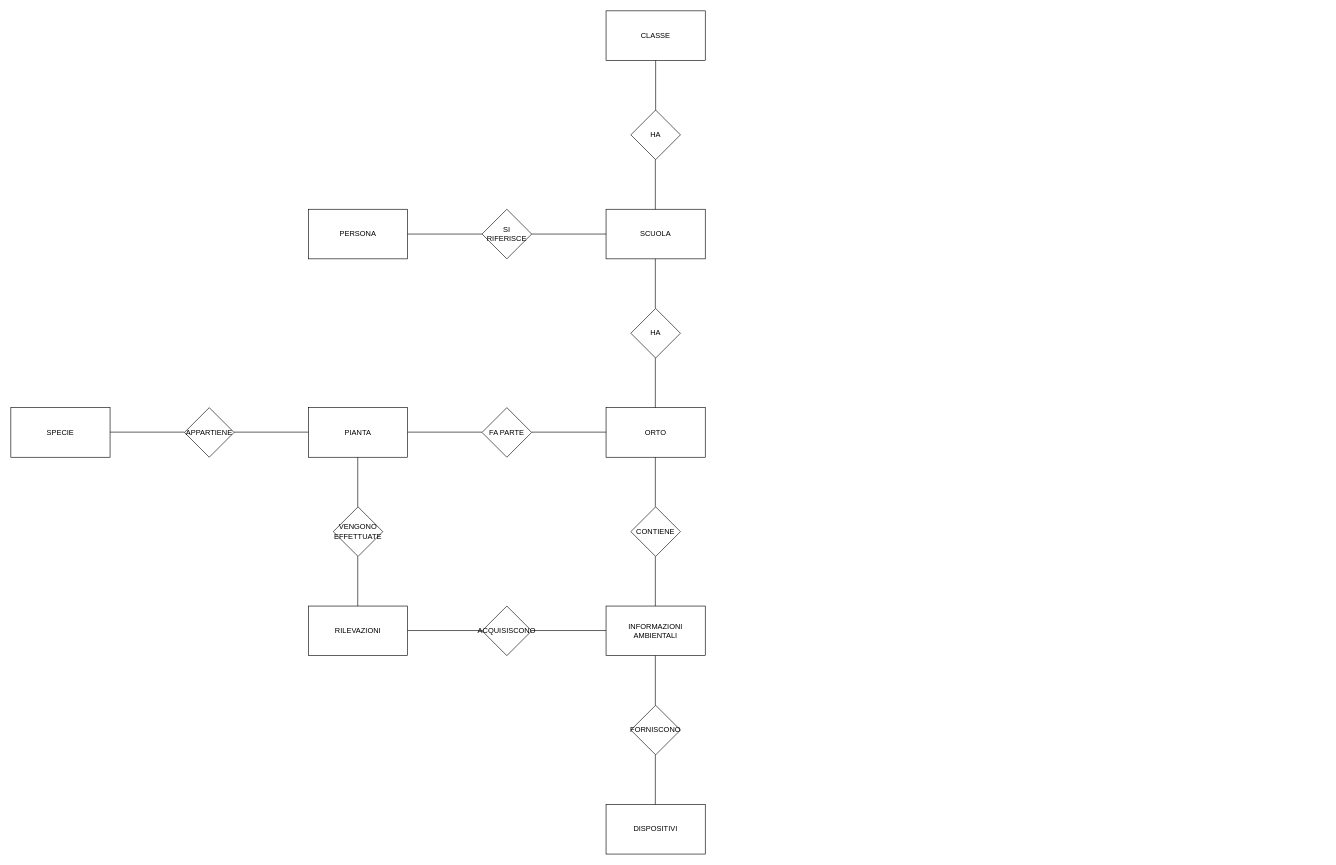
This is BD_ER_2023.drawio from pizzo-kyle/unige, a draw.io file, before an edit. Source tidied: cells renumbered, new cells numbered last; positions are measured from the earlier drawing's top-left corner, leaving out a move shared by most shapes. Both pictures are drawn from the tidied source at 62%, with x=0, y=0 at pixel (11, 11).
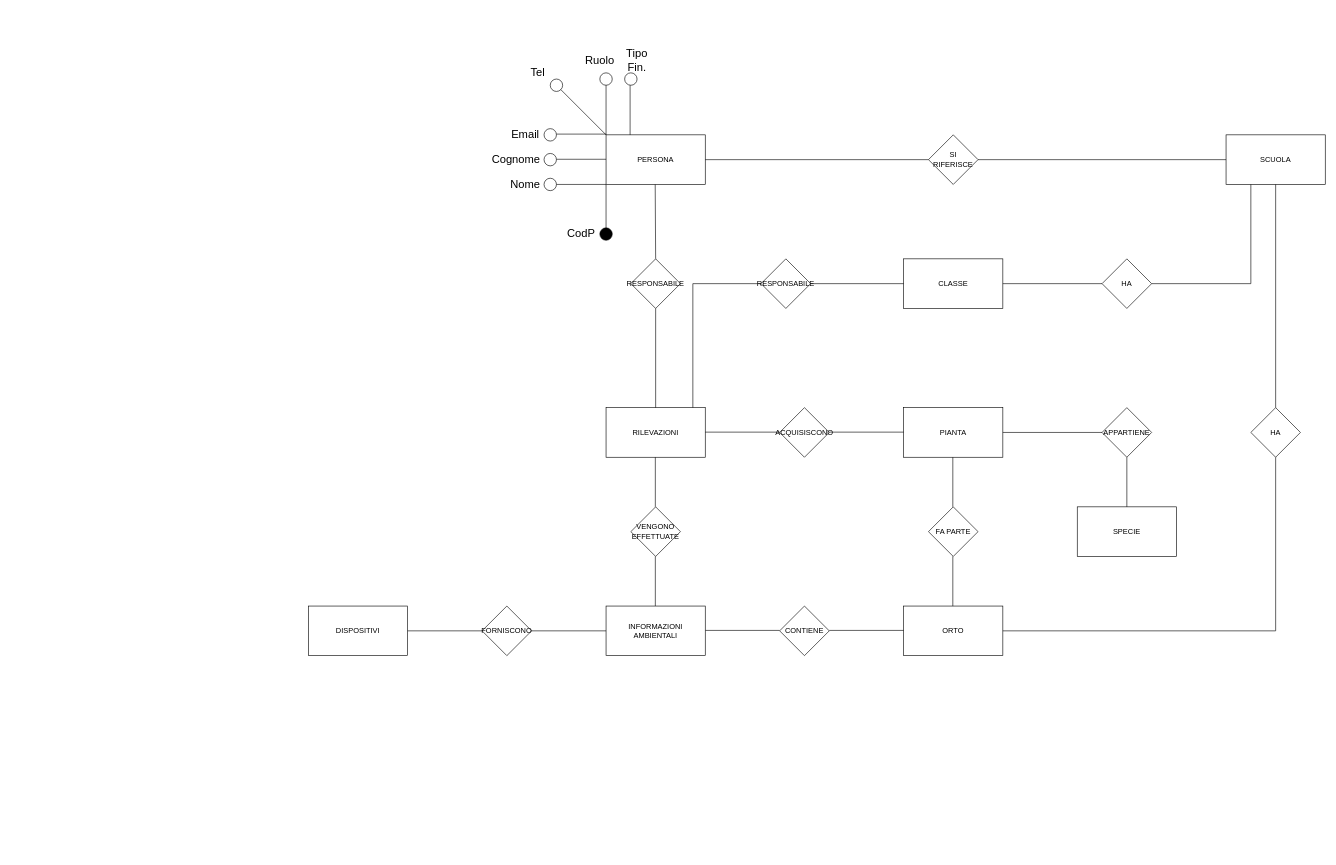
After the change.

The change refers to these unchanged cells:
```xml
<mxCell id="27" value="INFORMAZIONI AMBIENTALI" style="rounded=0;whiteSpace=wrap;html=1;" parent="1" vertex="1">
  <mxGeometry x="960" y="960" width="160" height="80" as="geometry" />
</mxCell>
```

Diff of the diagram source:
```diff
@@
     <mxCell id="2" value="SCUOLA" style="rounded=0;whiteSpace=wrap;html=1;" parent="1" vertex="1">
-      <mxGeometry x="960" y="320" width="160" height="80" as="geometry" />
+      <mxGeometry x="1960" y="200" width="160" height="80" as="geometry" />
     </mxCell>
     <mxCell id="3" value="PERSONA" style="rounded=0;whiteSpace=wrap;html=1;" parent="1" vertex="1">
-      <mxGeometry x="480" y="320" width="160" height="80" as="geometry" />
+      <mxGeometry x="960" y="200" width="160" height="80" as="geometry" />
     </mxCell>
     <mxCell id="4" value="SI RIFERISCE" style="rhombus;whiteSpace=wrap;html=1;" parent="1" vertex="1">
-      <mxGeometry x="760" y="320" width="80" height="80" as="geometry" />
+      <mxGeometry x="1480" y="200" width="80" height="80" as="geometry" />
     </mxCell>
     <mxCell id="5" value="CLASSE" style="rounded=0;whiteSpace=wrap;html=1;" parent="1" vertex="1">
-      <mxGeometry x="960" width="160" height="80" as="geometry" />
+      <mxGeometry x="1440" y="400" width="160" height="80" as="geometry" />
     </mxCell>
     <mxCell id="6" value="HA" style="rhombus;whiteSpace=wrap;html=1;" parent="1" vertex="1">
-      <mxGeometry x="1000" y="160" width="80" height="80" as="geometry" />
+      <mxGeometry x="1760" y="400" width="80" height="80" as="geometry" />
     </mxCell>
-    <mxCell id="7" style="endArrow=none;html=1;rounded=0;exitX=0.5;exitY=0;exitDx=0;exitDy=0;entryX=0.5;entryY=1;entryDx=0;entryDy=0;" parent="1" edge="1" source="6" target="5">
+    <mxCell id="7" style="endArrow=none;html=1;rounded=0;exitX=0;exitY=0.5;exitDx=0;exitDy=0;entryX=1;entryY=0.5;entryDx=0;entryDy=0;" parent="1" edge="1" source="6" target="5">
       <mxGeometry relative="1" as="geometry" />
     </mxCell>
     <mxCell id="8" value="ORTO" style="rounded=0;whiteSpace=wrap;html=1;" parent="1" vertex="1">
-      <mxGeometry x="960" y="640" width="160" height="80" as="geometry" />
+      <mxGeometry x="1440" y="960" width="160" height="80" as="geometry" />
     </mxCell>
-    <mxCell id="9" style="endArrow=none;html=1;rounded=0;exitX=0.5;exitY=0;exitDx=0;exitDy=0;entryX=0.5;entryY=1;entryDx=0;entryDy=0;" parent="1" edge="1">
+    <mxCell id="9" style="endArrow=none;html=1;rounded=0;exitX=1;exitY=0.5;exitDx=0;exitDy=0;entryX=0.25;entryY=1;entryDx=0;entryDy=0;" parent="1" edge="1" source="6" target="2">
       <mxGeometry relative="1" as="geometry">
-        <mxPoint x="1039.5" y="320" as="sourcePoint" />
-        <mxPoint x="1039.5" y="240" as="targetPoint" />
+        <Array as="points">
+          <mxPoint x="2000" y="440" />
+        </Array>
       </mxGeometry>
     </mxCell>
-    <mxCell id="10" style="endArrow=none;html=1;rounded=0;exitX=0;exitY=0.5;exitDx=0;exitDy=0;entryX=0.5;entryY=1;entryDx=0;entryDy=0;" parent="1" edge="1" source="2">
-      <mxGeometry relative="1" as="geometry">
-        <mxPoint x="840" y="360" as="targetPoint" />
-      </mxGeometry>
+    <mxCell id="10" style="endArrow=none;html=1;rounded=0;exitX=0;exitY=0.5;exitDx=0;exitDy=0;entryX=1;entryY=0.5;entryDx=0;entryDy=0;" parent="1" edge="1" source="2" target="4">
+      <mxGeometry relative="1" as="geometry" />
     </mxCell>
@@
     <mxCell id="12" value="HA" style="rhombus;whiteSpace=wrap;html=1;" parent="1" vertex="1">
-      <mxGeometry x="1000" y="480" width="80" height="80" as="geometry" />
+      <mxGeometry x="2000" y="640" width="80" height="80" as="geometry" />
     </mxCell>
-    <mxCell id="13" style="endArrow=none;html=1;rounded=0;exitX=0.5;exitY=0;exitDx=0;exitDy=0;entryX=0.5;entryY=1;entryDx=0;entryDy=0;" parent="1" edge="1">
-      <mxGeometry relative="1" as="geometry">
-        <mxPoint x="1039.5" y="480" as="sourcePoint" />
-        <mxPoint x="1039.5" y="400" as="targetPoint" />
-      </mxGeometry>
-    </mxCell>
-    <mxCell id="14" style="endArrow=none;html=1;rounded=0;exitX=0.5;exitY=0;exitDx=0;exitDy=0;entryX=0.5;entryY=1;entryDx=0;entryDy=0;" parent="1" edge="1">
+    <mxCell id="14" style="endArrow=none;html=1;rounded=0;entryX=0.5;entryY=1;entryDx=0;entryDy=0;exitX=1;exitY=0.5;exitDx=0;exitDy=0;" parent="1" edge="1" source="8" target="12">
       <mxGeometry relative="1" as="geometry">
-        <mxPoint x="1039.5" y="640" as="sourcePoint" />
-        <mxPoint x="1039.5" y="560" as="targetPoint" />
+        <Array as="points">
+          <mxPoint x="2040" y="1000" />
+        </Array>
       </mxGeometry>
     </mxCell>
     <mxCell id="15" value="PIANTA" style="rounded=0;whiteSpace=wrap;html=1;" parent="1" vertex="1">
-      <mxGeometry x="480" y="640" width="160" height="80" as="geometry" />
+      <mxGeometry x="1440" y="640" width="160" height="80" as="geometry" />
     </mxCell>
     <mxCell id="16" value="FA PARTE" style="rhombus;whiteSpace=wrap;html=1;" parent="1" vertex="1">
-      <mxGeometry x="760" y="640" width="80" height="80" as="geometry" />
+      <mxGeometry x="1480" y="800" width="80" height="80" as="geometry" />
     </mxCell>
     <mxCell id="17" style="endArrow=none;html=1;rounded=0;exitX=0;exitY=0.5;exitDx=0;exitDy=0;entryX=1;entryY=0.5;entryDx=0;entryDy=0;" parent="1" edge="1">
       <mxGeometry relative="1" as="geometry">
-        <mxPoint x="760" y="679.5" as="sourcePoint" />
-        <mxPoint x="640" y="679.5" as="targetPoint" />
+        <mxPoint x="1240" y="999.3" as="sourcePoint" />
+        <mxPoint x="1120" y="999.3" as="targetPoint" />
       </mxGeometry>
     </mxCell>
     <mxCell id="18" style="endArrow=none;html=1;rounded=0;exitX=0;exitY=0.5;exitDx=0;exitDy=0;entryX=1;entryY=0.5;entryDx=0;entryDy=0;" parent="1" edge="1">
       <mxGeometry relative="1" as="geometry">
-        <mxPoint x="960" y="679.5" as="sourcePoint" />
-        <mxPoint x="840" y="679.5" as="targetPoint" />
+        <mxPoint x="1440" y="999.3" as="sourcePoint" />
+        <mxPoint x="1320" y="999.3" as="targetPoint" />
       </mxGeometry>
     </mxCell>
     <mxCell id="19" value="SPECIE" style="rounded=0;whiteSpace=wrap;html=1;" parent="1" vertex="1">
-      <mxGeometry y="640" width="160" height="80" as="geometry" />
+      <mxGeometry x="1720" y="800" width="160" height="80" as="geometry" />
     </mxCell>
     <mxCell id="20" value="APPARTIENE" style="rhombus;whiteSpace=wrap;html=1;" parent="1" vertex="1">
-      <mxGeometry x="280" y="640" width="80" height="80" as="geometry" />
+      <mxGeometry x="1760" y="640" width="80" height="80" as="geometry" />
     </mxCell>
-    <mxCell id="21" style="endArrow=none;html=1;rounded=0;exitX=0;exitY=0.5;exitDx=0;exitDy=0;entryX=1;entryY=0.5;entryDx=0;entryDy=0;" parent="1" edge="1">
-      <mxGeometry relative="1" as="geometry">
-        <mxPoint x="480" y="679.5" as="sourcePoint" />
-        <mxPoint x="360" y="679.5" as="targetPoint" />
-      </mxGeometry>
+    <mxCell id="21" style="endArrow=none;html=1;rounded=0;entryX=0;entryY=0.5;entryDx=0;entryDy=0;exitX=1;exitY=0.5;exitDx=0;exitDy=0;" parent="1" edge="1" source="15" target="20">
+      <mxGeometry relative="1" as="geometry" />
     </mxCell>
-    <mxCell id="22" style="endArrow=none;html=1;rounded=0;exitX=0;exitY=0.5;exitDx=0;exitDy=0;entryX=1;entryY=0.5;entryDx=0;entryDy=0;" parent="1" edge="1">
-      <mxGeometry relative="1" as="geometry">
-        <mxPoint x="280" y="679.5" as="sourcePoint" />
-        <mxPoint x="160" y="679.5" as="targetPoint" />
-      </mxGeometry>
+    <mxCell id="22" style="endArrow=none;html=1;rounded=0;exitX=0.5;exitY=1;exitDx=0;exitDy=0;entryX=0.5;entryY=0;entryDx=0;entryDy=0;" parent="1" edge="1" source="20" target="19">
+      <mxGeometry relative="1" as="geometry" />
     </mxCell>
     <mxCell id="23" value="RILEVAZIONI" style="rounded=0;whiteSpace=wrap;html=1;" parent="1" vertex="1">
-      <mxGeometry x="480" y="960" width="160" height="80" as="geometry" />
+      <mxGeometry x="960" y="640" width="160" height="80" as="geometry" />
     </mxCell>
     <mxCell id="24" value="VENGONO EFFETTUATE" style="rhombus;whiteSpace=wrap;html=1;" parent="1" vertex="1">
-      <mxGeometry x="520" y="800" width="80" height="80" as="geometry" />
+      <mxGeometry x="1000" y="800" width="80" height="80" as="geometry" />
     </mxCell>
     <mxCell id="25" style="endArrow=none;html=1;rounded=0;exitX=0.5;exitY=0;exitDx=0;exitDy=0;entryX=0.5;entryY=1;entryDx=0;entryDy=0;" parent="1" edge="1">
       <mxGeometry relative="1" as="geometry">
-        <mxPoint x="559.5" y="800" as="sourcePoint" />
-        <mxPoint x="559.5" y="720" as="targetPoint" />
+        <mxPoint x="1039.5" y="800" as="sourcePoint" />
+        <mxPoint x="1039.5" y="720" as="targetPoint" />
       </mxGeometry>
     </mxCell>
     <mxCell id="26" style="endArrow=none;html=1;rounded=0;exitX=0.5;exitY=0;exitDx=0;exitDy=0;entryX=0.5;entryY=1;entryDx=0;entryDy=0;" parent="1" edge="1">
       <mxGeometry relative="1" as="geometry">
-        <mxPoint x="559.5" y="960" as="sourcePoint" />
-        <mxPoint x="559.5" y="880" as="targetPoint" />
+        <mxPoint x="1039.5" y="960" as="sourcePoint" />
+        <mxPoint x="1039.5" y="880" as="targetPoint" />
       </mxGeometry>
     </mxCell>
@@
     <mxCell id="28" value="ACQUISISCONO" style="rhombus;whiteSpace=wrap;html=1;" parent="1" vertex="1">
-      <mxGeometry x="760" y="960" width="80" height="80" as="geometry" />
+      <mxGeometry x="1240" y="640" width="80" height="80" as="geometry" />
     </mxCell>
     <mxCell id="29" style="endArrow=none;html=1;rounded=0;exitX=0;exitY=0.5;exitDx=0;exitDy=0;entryX=1;entryY=0.5;entryDx=0;entryDy=0;" parent="1" edge="1">
       <mxGeometry relative="1" as="geometry">
-        <mxPoint x="960" y="999.5" as="sourcePoint" />
-        <mxPoint x="840" y="999.5" as="targetPoint" />
+        <mxPoint x="1440" y="679.5" as="sourcePoint" />
+        <mxPoint x="1320" y="679.5" as="targetPoint" />
       </mxGeometry>
     </mxCell>
     <mxCell id="30" style="endArrow=none;html=1;rounded=0;exitX=0;exitY=0.5;exitDx=0;exitDy=0;entryX=1;entryY=0.5;entryDx=0;entryDy=0;" parent="1" edge="1">
       <mxGeometry relative="1" as="geometry">
-        <mxPoint x="760" y="999.5" as="sourcePoint" />
-        <mxPoint x="640" y="999.5" as="targetPoint" />
+        <mxPoint x="1240" y="679.5" as="sourcePoint" />
+        <mxPoint x="1120" y="679.5" as="targetPoint" />
       </mxGeometry>
     </mxCell>
     <mxCell id="31" value="DISPOSITIVI" style="rounded=0;whiteSpace=wrap;html=1;" parent="1" vertex="1">
-      <mxGeometry x="960" y="1280" width="160" height="80" as="geometry" />
+      <mxGeometry x="480" y="960" width="160" height="80" as="geometry" />
     </mxCell>
     <mxCell id="32" value="FORNISCONO" style="rhombus;whiteSpace=wrap;html=1;" parent="1" vertex="1">
-      <mxGeometry x="1000" y="1120" width="80" height="80" as="geometry" />
+      <mxGeometry x="760" y="960" width="80" height="80" as="geometry" />
     </mxCell>
-    <mxCell id="33" style="endArrow=none;html=1;rounded=0;exitX=0.5;exitY=0;exitDx=0;exitDy=0;entryX=0.5;entryY=1;entryDx=0;entryDy=0;" parent="1" edge="1">
-      <mxGeometry relative="1" as="geometry">
-        <mxPoint x="1039.5" y="1120" as="sourcePoint" />
-        <mxPoint x="1039.5" y="1040" as="targetPoint" />
-      </mxGeometry>
+    <mxCell id="33" style="endArrow=none;html=1;rounded=0;exitX=1;exitY=0.5;exitDx=0;exitDy=0;entryX=0;entryY=0.5;entryDx=0;entryDy=0;" parent="1" edge="1" source="32" target="27">
+      <mxGeometry relative="1" as="geometry" />
     </mxCell>
-    <mxCell id="34" style="endArrow=none;html=1;rounded=0;exitX=0.5;exitY=0;exitDx=0;exitDy=0;entryX=0.5;entryY=1;entryDx=0;entryDy=0;" parent="1" edge="1">
-      <mxGeometry relative="1" as="geometry">
-        <mxPoint x="1039.5" y="1280" as="sourcePoint" />
-        <mxPoint x="1039.5" y="1200" as="targetPoint" />
-      </mxGeometry>
+    <mxCell id="34" style="endArrow=none;html=1;rounded=0;exitX=1;exitY=0.5;exitDx=0;exitDy=0;entryX=0;entryY=0.5;entryDx=0;entryDy=0;" parent="1" edge="1" source="31" target="32">
+      <mxGeometry relative="1" as="geometry" />
     </mxCell>
     <mxCell id="35" value="CONTIENE" style="rhombus;whiteSpace=wrap;html=1;" parent="1" vertex="1">
-      <mxGeometry x="1000" y="800" width="80" height="80" as="geometry" />
+      <mxGeometry x="1240" y="960" width="80" height="80" as="geometry" />
     </mxCell>
     <mxCell id="36" style="endArrow=none;html=1;rounded=0;exitX=0.5;exitY=0;exitDx=0;exitDy=0;entryX=0.5;entryY=1;entryDx=0;entryDy=0;" parent="1" edge="1">
       <mxGeometry relative="1" as="geometry">
-        <mxPoint x="1039.5" y="800" as="sourcePoint" />
-        <mxPoint x="1039.5" y="720" as="targetPoint" />
+        <mxPoint x="1519.3" y="800" as="sourcePoint" />
+        <mxPoint x="1519.3" y="720" as="targetPoint" />
       </mxGeometry>
     </mxCell>
     <mxCell id="37" style="endArrow=none;html=1;rounded=0;exitX=0.5;exitY=0;exitDx=0;exitDy=0;entryX=0.5;entryY=1;entryDx=0;entryDy=0;" parent="1" edge="1">
       <mxGeometry relative="1" as="geometry">
-        <mxPoint x="1039.5" y="960" as="sourcePoint" />
-        <mxPoint x="1039.5" y="880" as="targetPoint" />
+        <mxPoint x="1519.3" y="960" as="sourcePoint" />
+        <mxPoint x="1519.3" y="880" as="targetPoint" />
       </mxGeometry>
     </mxCell>
+    <mxCell id="38" style="endArrow=none;html=1;rounded=0;entryX=0.5;entryY=1;entryDx=0;entryDy=0;exitX=0.5;exitY=0;exitDx=0;exitDy=0;" parent="1" edge="1" source="12" target="2">
+      <mxGeometry relative="1" as="geometry" />
+    </mxCell>
+    <mxCell id="39" style="endArrow=none;html=1;rounded=0;exitX=0;exitY=0.5;exitDx=0;exitDy=0;entryX=1;entryY=0.5;entryDx=0;entryDy=0;" parent="1" edge="1" source="5" target="41">
+      <mxGeometry relative="1" as="geometry" />
+    </mxCell>
+    <mxCell id="40" style="endArrow=none;html=1;rounded=0;exitX=0.5;exitY=0;exitDx=0;exitDy=0;entryX=0.5;entryY=1;entryDx=0;entryDy=0;" parent="1" edge="1" source="42">
+      <mxGeometry relative="1" as="geometry">
+        <mxPoint x="1039.3" y="280" as="targetPoint" />
+      </mxGeometry>
+    </mxCell>
+    <mxCell id="41" value="RESPONSABILE" style="rhombus;whiteSpace=wrap;html=1;" parent="1" vertex="1">
+      <mxGeometry x="1210" y="400" width="80" height="80" as="geometry" />
+    </mxCell>
+    <mxCell id="42" value="RESPONSABILE" style="rhombus;whiteSpace=wrap;html=1;" parent="1" vertex="1">
+      <mxGeometry x="1000" y="400" width="80" height="80" as="geometry" />
+    </mxCell>
+    <mxCell id="43" style="endArrow=none;html=1;rounded=0;exitX=0.5;exitY=0;exitDx=0;exitDy=0;entryX=0.5;entryY=1;entryDx=0;entryDy=0;" parent="1" edge="1" source="23" target="42">
+      <mxGeometry relative="1" as="geometry" />
+    </mxCell>
+    <mxCell id="44" style="endArrow=none;html=1;rounded=0;entryX=0;entryY=0.5;entryDx=0;entryDy=0;" parent="1" edge="1" target="41">
+      <mxGeometry relative="1" as="geometry">
+        <mxPoint x="1100" y="640" as="sourcePoint" />
+        <Array as="points">
+          <mxPoint x="1100" y="440" />
+        </Array>
+      </mxGeometry>
+    </mxCell>
+    <mxCell id="45" style="ellipse;whiteSpace=wrap;html=1;fillColor=#000000;direction=south;" parent="1" vertex="1">
+      <mxGeometry x="950" y="350" width="20" height="20" as="geometry" />
+    </mxCell>
+    <mxCell id="46" value="&lt;font style=&quot;font-size: 18px;&quot;&gt;CodP&lt;/font&gt;" style="text;html=1;strokeColor=none;fillColor=none;align=center;verticalAlign=middle;whiteSpace=wrap;rounded=0;" parent="1" vertex="1">
+      <mxGeometry x="890" y="340" width="60" height="40" as="geometry" />
+    </mxCell>
+    <mxCell id="47" style="endArrow=none;html=1;rounded=0;entryX=0;entryY=1;entryDx=0;entryDy=0;exitX=0;exitY=0.5;exitDx=0;exitDy=0;" parent="1" edge="1" source="45" target="3">
+      <mxGeometry relative="1" as="geometry" />
+    </mxCell>
+    <mxCell id="48" style="ellipse;whiteSpace=wrap;html=1;fillColor=#FFFFFF;direction=south;gradientColor=none;" parent="1" vertex="1">
+      <mxGeometry x="860" y="270" width="20" height="20" as="geometry" />
+    </mxCell>
+    <mxCell id="49" style="endArrow=none;html=1;rounded=0;exitX=0.5;exitY=0;exitDx=0;exitDy=0;" parent="1" edge="1" source="48">
+      <mxGeometry relative="1" as="geometry">
+        <mxPoint x="960" y="280" as="targetPoint" />
+      </mxGeometry>
+    </mxCell>
+    <mxCell id="50" value="&lt;span style=&quot;font-size: 18px;&quot;&gt;Nome&lt;/span&gt;" style="text;html=1;strokeColor=none;fillColor=none;align=center;verticalAlign=middle;whiteSpace=wrap;rounded=0;" parent="1" vertex="1">
+      <mxGeometry x="800" y="260" width="60" height="40" as="geometry" />
+    </mxCell>
+    <mxCell id="51" style="ellipse;whiteSpace=wrap;html=1;fillColor=#FFFFFF;direction=south;gradientColor=none;" parent="1" vertex="1">
+      <mxGeometry x="860" y="230" width="20" height="20" as="geometry" />
+    </mxCell>
+    <mxCell id="52" style="endArrow=none;html=1;rounded=0;exitX=0.5;exitY=0;exitDx=0;exitDy=0;" parent="1" edge="1">
+      <mxGeometry relative="1" as="geometry">
+        <mxPoint x="880" y="239.4" as="sourcePoint" />
+        <mxPoint x="960" y="239.4" as="targetPoint" />
+      </mxGeometry>
+    </mxCell>
+    <mxCell id="53" value="&lt;span style=&quot;font-size: 18px;&quot;&gt;Cognome&lt;/span&gt;" style="text;html=1;strokeColor=none;fillColor=none;align=center;verticalAlign=middle;whiteSpace=wrap;rounded=0;" parent="1" vertex="1">
+      <mxGeometry x="770" y="220" width="90" height="40" as="geometry" />
+    </mxCell>
+    <mxCell id="54" style="ellipse;whiteSpace=wrap;html=1;fillColor=#FFFFFF;direction=south;gradientColor=none;" parent="1" vertex="1">
+      <mxGeometry x="860" y="190" width="20" height="20" as="geometry" />
+    </mxCell>
+    <mxCell id="55" style="endArrow=none;html=1;rounded=0;exitX=0.5;exitY=0;exitDx=0;exitDy=0;" parent="1" edge="1">
+      <mxGeometry relative="1" as="geometry">
+        <mxPoint x="880" y="198.8" as="sourcePoint" />
+        <mxPoint x="960" y="198.8" as="targetPoint" />
+      </mxGeometry>
+    </mxCell>
+    <mxCell id="56" value="&lt;span style=&quot;font-size: 18px;&quot;&gt;Email&lt;/span&gt;" style="text;html=1;strokeColor=none;fillColor=none;align=center;verticalAlign=middle;whiteSpace=wrap;rounded=0;" parent="1" vertex="1">
+      <mxGeometry x="800" y="180" width="60" height="40" as="geometry" />
+    </mxCell>
+    <mxCell id="57" style="ellipse;whiteSpace=wrap;html=1;fillColor=#FFFFFF;direction=south;gradientColor=none;" parent="1" vertex="1">
+      <mxGeometry x="870" y="110" width="20" height="20" as="geometry" />
+    </mxCell>
+    <mxCell id="58" style="endArrow=none;html=1;rounded=0;exitX=1;exitY=0;exitDx=0;exitDy=0;entryX=0;entryY=0;entryDx=0;entryDy=0;" parent="1" edge="1" source="57" target="3">
+      <mxGeometry relative="1" as="geometry" />
+    </mxCell>
+    <mxCell id="59" value="&lt;span style=&quot;font-size: 18px;&quot;&gt;Tel&lt;/span&gt;" style="text;html=1;strokeColor=none;fillColor=none;align=center;verticalAlign=middle;whiteSpace=wrap;rounded=0;" parent="1" vertex="1">
+      <mxGeometry x="830" y="80" width="40" height="40" as="geometry" />
+    </mxCell>
+    <mxCell id="60" style="ellipse;whiteSpace=wrap;html=1;fillColor=#FFFFFF;direction=south;gradientColor=none;" parent="1" vertex="1">
+      <mxGeometry x="950" y="100" width="20" height="20" as="geometry" />
+    </mxCell>
+    <mxCell id="61" style="endArrow=none;html=1;rounded=0;exitX=1;exitY=0.5;exitDx=0;exitDy=0;entryX=0;entryY=0;entryDx=0;entryDy=0;" parent="1" edge="1" source="60" target="3">
+      <mxGeometry relative="1" as="geometry" />
+    </mxCell>
+    <mxCell id="62" value="&lt;span style=&quot;font-size: 18px;&quot;&gt;Ruolo&lt;/span&gt;" style="text;html=1;strokeColor=none;fillColor=none;align=center;verticalAlign=middle;whiteSpace=wrap;rounded=0;" parent="1" vertex="1">
+      <mxGeometry x="920" y="60" width="60" height="40" as="geometry" />
+    </mxCell>
+    <mxCell id="63" style="ellipse;whiteSpace=wrap;html=1;fillColor=#FFFFFF;direction=south;gradientColor=none;" parent="1" vertex="1">
+      <mxGeometry x="990" y="100" width="20" height="20" as="geometry" />
+    </mxCell>
+    <mxCell id="64" style="endArrow=none;html=1;rounded=0;exitX=1;exitY=0.5;exitDx=0;exitDy=0;entryX=0;entryY=0;entryDx=0;entryDy=0;" parent="1" edge="1">
+      <mxGeometry relative="1" as="geometry">
+        <mxPoint x="998.8" y="120" as="sourcePoint" />
+        <mxPoint x="998.8" y="200" as="targetPoint" />
+      </mxGeometry>
+    </mxCell>
+    <mxCell id="65" value="&lt;span style=&quot;font-size: 18px;&quot;&gt;Tipo Fin.&lt;/span&gt;" style="text;html=1;strokeColor=none;fillColor=none;align=center;verticalAlign=middle;whiteSpace=wrap;rounded=0;" parent="1" vertex="1">
+      <mxGeometry x="980" y="60" width="60" height="40" as="geometry" />
+    </mxCell>
```
